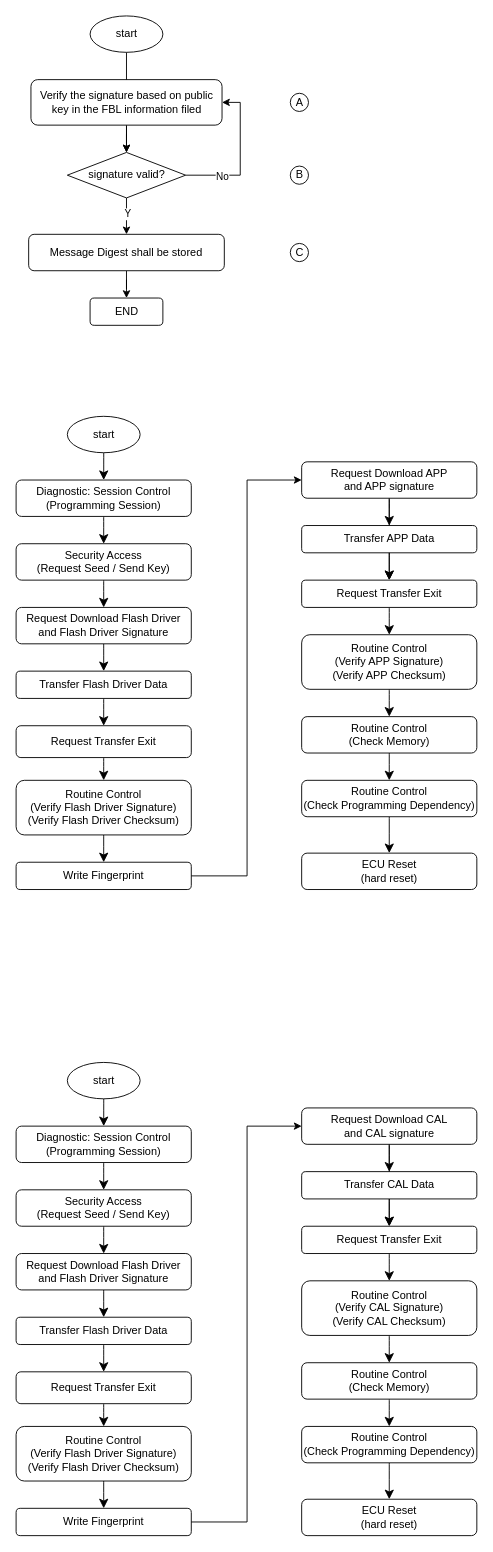
Earlier version of the draw.io diagram Untitled Diagram.drawio (YuzhouYe/peb). Source tidied: cells renumbered, new cells numbered last; positions are measured from the earlier drawing's top-left corner, leaving out a move shared by most shapes. Both pictures are drawn from the tidied source at 91%, with x=0, y=0 at pixel (15, 15).
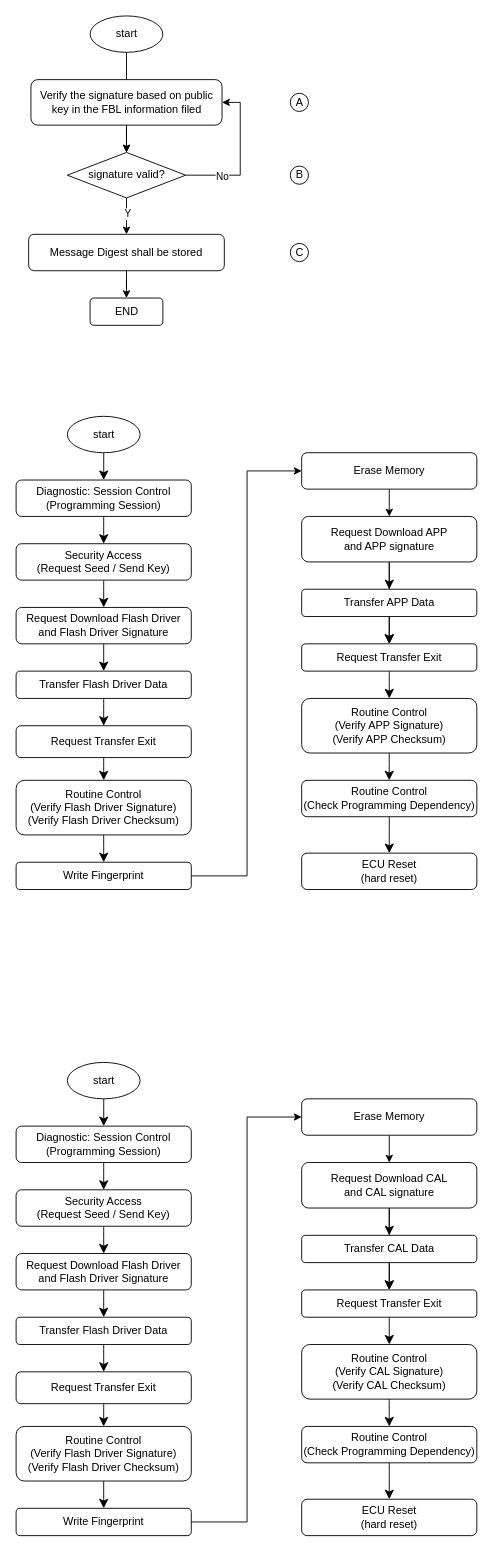
After the change.

Unchanged cells that the change refers to:
```xml
<mxCell id="29" value="Write Fingerprint" style="rounded=1;whiteSpace=wrap;html=1;" parent="1" vertex="1">
  <mxGeometry x="0.2" y="930" width="192.5" height="30" as="geometry" />
</mxCell>
<mxCell id="38" value="Routine Control&lt;div&gt;(Check Programming Dependency)&lt;/div&gt;" style="rounded=1;whiteSpace=wrap;html=1;" parent="1" vertex="1">
  <mxGeometry x="314" y="840" width="192.5" height="40" as="geometry" />
</mxCell>
<mxCell id="59" value="Write Fingerprint" style="rounded=1;whiteSpace=wrap;html=1;" parent="1" vertex="1">
  <mxGeometry x="0.2" y="1640" width="192.5" height="30" as="geometry" />
</mxCell>
<mxCell id="68" value="Routine Control&lt;div&gt;(Check Programming Dependency)&lt;/div&gt;" style="rounded=1;whiteSpace=wrap;html=1;" parent="1" vertex="1">
  <mxGeometry x="314" y="1550" width="192.5" height="40" as="geometry" />
</mxCell>
```

The edit, as a diff of the source:
```diff
@@
-    <mxCell id="32" value="Request Download APP&lt;div&gt;and APP signature&lt;/div&gt;" style="rounded=1;whiteSpace=wrap;html=1;" parent="1" vertex="1">
-      <mxGeometry x="314" y="490" width="192.5" height="40" as="geometry" />
+    <mxCell id="32" value="&lt;div&gt;&lt;span style=&quot;background-color: transparent; color: light-dark(rgb(0, 0, 0), rgb(255, 255, 255));&quot;&gt;Request Download APP&lt;/span&gt;&lt;/div&gt;&lt;div&gt;and APP signature&lt;/div&gt;" style="rounded=1;whiteSpace=wrap;html=1;" parent="1" vertex="1">
+      <mxGeometry x="314" y="550" width="192.5" height="50" as="geometry" />
     </mxCell>
@@
     <mxCell id="34" value="Transfer APP Data" style="rounded=1;whiteSpace=wrap;html=1;" parent="1" vertex="1">
-      <mxGeometry x="314" y="560" width="192.5" height="30" as="geometry" />
+      <mxGeometry x="314" y="630" width="192.5" height="30" as="geometry" />
     </mxCell>
@@
     <mxCell id="36" value="Request Transfer Exit" style="rounded=1;whiteSpace=wrap;html=1;" parent="1" vertex="1">
-      <mxGeometry x="314" y="620" width="192.5" height="30" as="geometry" />
+      <mxGeometry x="314" y="690" width="192.5" height="30" as="geometry" />
     </mxCell>
@@
-    <mxCell id="42" style="edgeStyle=none;curved=1;rounded=0;jettySize=auto;html=1;exitX=0.5;exitY=1;exitDx=0;exitDy=0;entryX=0.5;entryY=0;entryDx=0;entryDy=0;fontSize=12;startSize=8;endSize=8;" parent="1" edge="1" source="43" target="45">
-      <mxGeometry relative="1" as="geometry" />
-    </mxCell>
     <mxCell id="43" value="Routine Control&lt;div&gt;&lt;span style=&quot;background-color: transparent; color: light-dark(rgb(0, 0, 0), rgb(255, 255, 255));&quot;&gt;(Verify APP Signature)&lt;/span&gt;&lt;/div&gt;&lt;div&gt;&lt;div&gt;(Verify APP Checksum)&lt;/div&gt;&lt;/div&gt;" style="rounded=1;whiteSpace=wrap;html=1;" parent="1" vertex="1">
-      <mxGeometry x="314" y="680" width="192.5" height="60" as="geometry" />
+      <mxGeometry x="314" y="750" width="192.5" height="60" as="geometry" />
     </mxCell>
-    <mxCell id="44" style="edgeStyle=none;curved=1;rounded=0;jettySize=auto;html=1;exitX=0.5;exitY=1;exitDx=0;exitDy=0;entryX=0.5;entryY=0;entryDx=0;entryDy=0;fontSize=12;startSize=8;endSize=8;" parent="1" edge="1" source="45" target="38">
-      <mxGeometry relative="1" as="geometry" />
+    <mxCell id="44" style="edgeStyle=none;curved=1;rounded=0;jettySize=auto;html=1;exitX=0.5;exitY=1;exitDx=0;exitDy=0;entryX=0.5;entryY=0;entryDx=0;entryDy=0;fontSize=12;startSize=8;endSize=8;" parent="1" edge="1" target="38">
+      <mxGeometry relative="1" as="geometry">
+        <mxPoint x="410.2" y="810" as="sourcePoint" />
+      </mxGeometry>
     </mxCell>
-    <mxCell id="45" value="Routine Control&lt;div&gt;(Check Memory)&lt;/div&gt;" style="rounded=1;whiteSpace=wrap;html=1;" parent="1" vertex="1">
-      <mxGeometry x="314" y="770" width="192.5" height="40" as="geometry" />
-    </mxCell>
-    <mxCell id="46" style="edgeStyle=orthogonalEdgeStyle;rounded=0;jettySize=auto;html=1;entryX=0;entryY=0.5;entryDx=0;entryDy=0;exitX=1;exitY=0.5;exitDx=0;exitDy=0;" parent="1" edge="1" source="29" target="32">
+    <mxCell id="46" style="edgeStyle=orthogonalEdgeStyle;rounded=0;jettySize=auto;html=1;entryX=0;entryY=0.5;entryDx=0;entryDy=0;exitX=1;exitY=0.5;exitDx=0;exitDy=0;" parent="1" edge="1" source="29" target="78">
       <mxGeometry relative="1" as="geometry">
         <Array as="points">
           <mxPoint x="254" y="945" />
-          <mxPoint x="254" y="510" />
+          <mxPoint x="254" y="500" />
         </Array>
       </mxGeometry>
     </mxCell>
@@
+    <mxCell id="70" style="edgeStyle=none;curved=1;rounded=0;jettySize=auto;html=1;exitX=0.5;exitY=1;exitDx=0;exitDy=0;fontSize=12;startSize=8;endSize=8;" parent="1" edge="1" source="71" target="59">
+      <mxGeometry relative="1" as="geometry" />
+    </mxCell>
+    <mxCell id="71" value="Routine Control&lt;div&gt;&lt;span style=&quot;background-color: transparent; color: light-dark(rgb(0, 0, 0), rgb(255, 255, 255));&quot;&gt;(Verify Flash Driver Signature)&lt;/span&gt;&lt;/div&gt;&lt;div&gt;&lt;div&gt;(Verify Flash Driver Checksum)&lt;/div&gt;&lt;/div&gt;" style="rounded=1;whiteSpace=wrap;html=1;" parent="1" vertex="1">
+      <mxGeometry x="0.2" y="1550" width="192.5" height="60" as="geometry" />
+    </mxCell>
+    <mxCell id="76" style="edgeStyle=orthogonalEdgeStyle;rounded=0;jettySize=auto;html=1;entryX=0;entryY=0.5;entryDx=0;entryDy=0;exitX=1;exitY=0.5;exitDx=0;exitDy=0;" parent="1" edge="1" source="59" target="81">
+      <mxGeometry relative="1" as="geometry">
+        <Array as="points">
+          <mxPoint x="254" y="1655" />
+          <mxPoint x="254" y="1210" />
+        </Array>
+      </mxGeometry>
+    </mxCell>
+    <mxCell id="77" style="edgeStyle=orthogonalEdgeStyle;rounded=0;jettySize=auto;html=1;exitX=0.5;exitY=1;exitDx=0;exitDy=0;entryX=0.5;entryY=0;entryDx=0;entryDy=0;" parent="1" edge="1" source="78" target="32">
+      <mxGeometry relative="1" as="geometry" />
+    </mxCell>
+    <mxCell id="78" value="Erase Memory" style="rounded=1;whiteSpace=wrap;html=1;" parent="1" vertex="1">
+      <mxGeometry x="314" y="480" width="192.5" height="40" as="geometry" />
+    </mxCell>
@@
-    <mxCell id="62" value="Request Download CAL&lt;div&gt;and CAL signature&lt;/div&gt;" style="rounded=1;whiteSpace=wrap;html=1;" parent="1" vertex="1">
-      <mxGeometry x="314" y="1200" width="192.5" height="40" as="geometry" />
+    <mxCell id="62" value="&lt;div&gt;&lt;span style=&quot;background-color: transparent; color: light-dark(rgb(0, 0, 0), rgb(255, 255, 255));&quot;&gt;Request Download CAL&lt;/span&gt;&lt;/div&gt;&lt;div&gt;and CAL signature&lt;/div&gt;" style="rounded=1;whiteSpace=wrap;html=1;" parent="1" vertex="1">
+      <mxGeometry x="314" y="1260" width="192.5" height="50" as="geometry" />
     </mxCell>
@@
     <mxCell id="64" value="Transfer CAL Data" style="rounded=1;whiteSpace=wrap;html=1;" parent="1" vertex="1">
-      <mxGeometry x="314" y="1270" width="192.5" height="30" as="geometry" />
+      <mxGeometry x="314" y="1340" width="192.5" height="30" as="geometry" />
     </mxCell>
@@
     <mxCell id="66" value="Request Transfer Exit" style="rounded=1;whiteSpace=wrap;html=1;" parent="1" vertex="1">
-      <mxGeometry x="314" y="1330" width="192.5" height="30" as="geometry" />
+      <mxGeometry x="314" y="1400" width="192.5" height="30" as="geometry" />
     </mxCell>
@@
-    <mxCell id="70" style="edgeStyle=none;curved=1;rounded=0;jettySize=auto;html=1;exitX=0.5;exitY=1;exitDx=0;exitDy=0;fontSize=12;startSize=8;endSize=8;" parent="1" edge="1" source="71" target="59">
-      <mxGeometry relative="1" as="geometry" />
-    </mxCell>
-    <mxCell id="71" value="Routine Control&lt;div&gt;&lt;span style=&quot;background-color: transparent; color: light-dark(rgb(0, 0, 0), rgb(255, 255, 255));&quot;&gt;(Verify Flash Driver Signature)&lt;/span&gt;&lt;/div&gt;&lt;div&gt;&lt;div&gt;(Verify Flash Driver Checksum)&lt;/div&gt;&lt;/div&gt;" style="rounded=1;whiteSpace=wrap;html=1;" parent="1" vertex="1">
-      <mxGeometry x="0.2" y="1550" width="192.5" height="60" as="geometry" />
-    </mxCell>
-    <mxCell id="72" style="edgeStyle=none;curved=1;rounded=0;jettySize=auto;html=1;exitX=0.5;exitY=1;exitDx=0;exitDy=0;entryX=0.5;entryY=0;entryDx=0;entryDy=0;fontSize=12;startSize=8;endSize=8;" parent="1" edge="1" source="73" target="75">
-      <mxGeometry relative="1" as="geometry" />
-    </mxCell>
     <mxCell id="73" value="Routine Control&lt;div&gt;&lt;span style=&quot;background-color: transparent; color: light-dark(rgb(0, 0, 0), rgb(255, 255, 255));&quot;&gt;(Verify CAL Signature)&lt;/span&gt;&lt;/div&gt;&lt;div&gt;&lt;div&gt;(Verify CAL Checksum)&lt;/div&gt;&lt;/div&gt;" style="rounded=1;whiteSpace=wrap;html=1;" parent="1" vertex="1">
-      <mxGeometry x="314" y="1390" width="192.5" height="60" as="geometry" />
+      <mxGeometry x="314" y="1460" width="192.5" height="60" as="geometry" />
     </mxCell>
-    <mxCell id="74" style="edgeStyle=none;curved=1;rounded=0;jettySize=auto;html=1;exitX=0.5;exitY=1;exitDx=0;exitDy=0;entryX=0.5;entryY=0;entryDx=0;entryDy=0;fontSize=12;startSize=8;endSize=8;" parent="1" edge="1" source="75" target="68">
-      <mxGeometry relative="1" as="geometry" />
-    </mxCell>
-    <mxCell id="75" value="Routine Control&lt;div&gt;(Check Memory)&lt;/div&gt;" style="rounded=1;whiteSpace=wrap;html=1;" parent="1" vertex="1">
-      <mxGeometry x="314" y="1480" width="192.5" height="40" as="geometry" />
-    </mxCell>
-    <mxCell id="76" style="edgeStyle=orthogonalEdgeStyle;rounded=0;jettySize=auto;html=1;entryX=0;entryY=0.5;entryDx=0;entryDy=0;exitX=1;exitY=0.5;exitDx=0;exitDy=0;" parent="1" edge="1" source="59" target="62">
-      <mxGeometry relative="1" as="geometry">
-        <Array as="points">
-          <mxPoint x="254" y="1655" />
-          <mxPoint x="254" y="1220" />
-        </Array>
-      </mxGeometry>
-    </mxCell>
+    <mxCell id="79" style="edgeStyle=none;curved=1;rounded=0;jettySize=auto;html=1;exitX=0.5;exitY=1;exitDx=0;exitDy=0;entryX=0.5;entryY=0;entryDx=0;entryDy=0;fontSize=12;startSize=8;endSize=8;" parent="1" edge="1" target="68">
+      <mxGeometry relative="1" as="geometry">
+        <mxPoint x="410.2" y="1520" as="sourcePoint" />
+      </mxGeometry>
+    </mxCell>
+    <mxCell id="80" style="edgeStyle=orthogonalEdgeStyle;rounded=0;jettySize=auto;html=1;exitX=0.5;exitY=1;exitDx=0;exitDy=0;entryX=0.5;entryY=0;entryDx=0;entryDy=0;" parent="1" edge="1" source="81" target="62">
+      <mxGeometry relative="1" as="geometry" />
+    </mxCell>
+    <mxCell id="81" value="Erase Memory" style="rounded=1;whiteSpace=wrap;html=1;" parent="1" vertex="1">
+      <mxGeometry x="314" y="1190" width="192.5" height="40" as="geometry" />
+    </mxCell>
```
